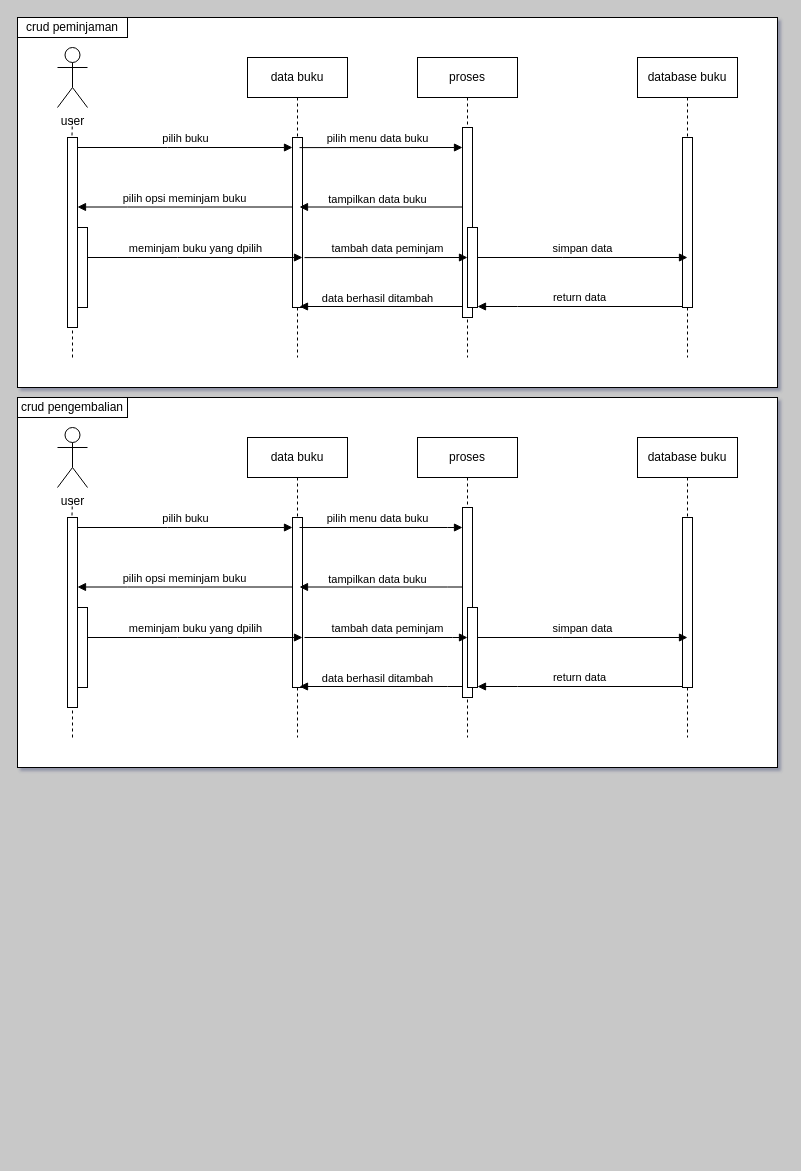
Earlier version of the draw.io diagram Untitled Diagram.drawio (htmledan/Shell-script-gugugaga). Source tidied: cells renumbered, new cells numbered last; positions are measured from the earlier drawing's top-left corner, leaving out a move shared by most shapes. Both pictures are drawn from the tidied source at 100%, with x=0, y=0 at pixel (17, 17).
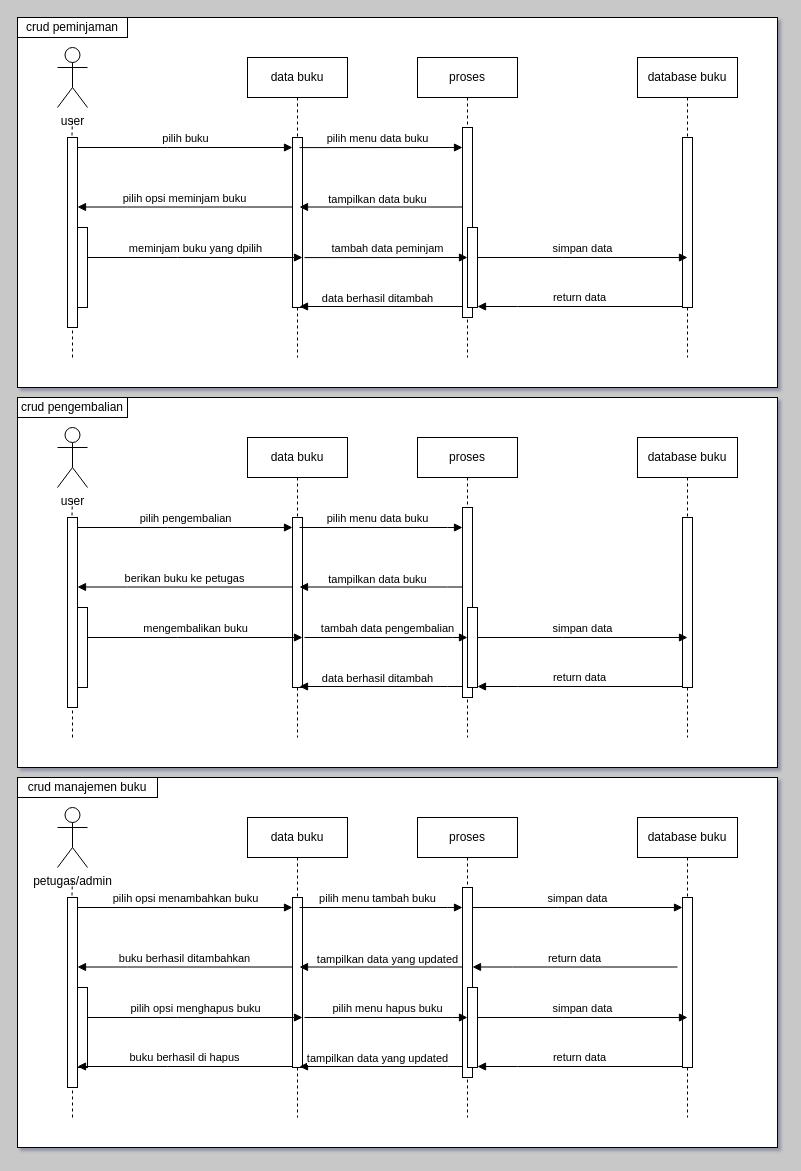
The same diagram, later.

The change refers to these unchanged cells:
```xml
<mxCell id="27" style="html=1;points=[];perimeter=orthogonalPerimeter;outlineConnect=0;targetShapes=umlLifeline;portConstraint=eastwest;newEdgeStyle={&quot;edgeStyle&quot;:&quot;elbowEdgeStyle&quot;,&quot;elbow&quot;:&quot;vertical&quot;,&quot;curved&quot;:0,&quot;rounded&quot;:0};" parent="26" vertex="1">
  <mxGeometry x="45" y="80" width="10" height="170" as="geometry" />
</mxCell>
<mxCell id="39" style="html=1;points=[];perimeter=orthogonalPerimeter;outlineConnect=0;targetShapes=umlLifeline;portConstraint=eastwest;newEdgeStyle={&quot;edgeStyle&quot;:&quot;elbowEdgeStyle&quot;,&quot;elbow&quot;:&quot;vertical&quot;,&quot;curved&quot;:0,&quot;rounded&quot;:0};" parent="1" vertex="1">
  <mxGeometry x="50" y="500" width="10" height="190" as="geometry" />
</mxCell>
```

The edit, as a diff of the source:
```diff
@@
-    <mxCell id="28" value="pilih buku" style="html=1;verticalAlign=bottom;endArrow=block;edgeStyle=elbowEdgeStyle;elbow=vertical;curved=0;rounded=0;" parent="1" edge="1" source="39" target="27">
+    <mxCell id="28" value="pilih pengembalian" style="html=1;verticalAlign=bottom;endArrow=block;edgeStyle=elbowEdgeStyle;elbow=vertical;curved=0;rounded=0;" parent="1" edge="1" source="39" target="27">
       <mxGeometry relative="1" as="geometry">
         <Array as="points">
           <mxPoint x="150" y="510" />
         </Array>
       </mxGeometry>
     </mxCell>
-    <mxCell id="29" value="pilih opsi meminjam buku" style="html=1;verticalAlign=bottom;endArrow=block;edgeStyle=elbowEdgeStyle;elbow=vertical;curved=0;rounded=0;" parent="1" edge="1" target="39">
+    <mxCell id="29" value="berikan buku ke petugas" style="html=1;verticalAlign=bottom;endArrow=block;edgeStyle=elbowEdgeStyle;elbow=vertical;curved=0;rounded=0;" parent="1" edge="1" target="39">
       <mxGeometry relative="1" as="geometry">
         <mxPoint x="275" y="569.5" as="sourcePoint" />
         <Array as="points">
           <mxPoint x="110" y="569.5" />
         </Array>
       </mxGeometry>
     </mxCell>
@@
-    <mxCell id="45" value="meminjam buku yang dpilih" style="html=1;verticalAlign=bottom;endArrow=block;edgeStyle=elbowEdgeStyle;elbow=vertical;curved=0;rounded=0;" parent="1" edge="1">
+    <mxCell id="45" value="mengembalikan buku" style="html=1;verticalAlign=bottom;endArrow=block;edgeStyle=elbowEdgeStyle;elbow=vertical;curved=0;rounded=0;" parent="1" edge="1">
       <mxGeometry relative="1" as="geometry">
         <mxPoint x="70" y="620" as="sourcePoint" />
         <mxPoint x="285" y="620" as="targetPoint" />
         <Array as="points">
           <mxPoint x="160" y="620" />
         </Array>
       </mxGeometry>
     </mxCell>
-    <mxCell id="46" value="tambah data peminjam" style="html=1;verticalAlign=bottom;endArrow=block;edgeStyle=elbowEdgeStyle;elbow=vertical;curved=0;rounded=0;" parent="1" edge="1">
+    <mxCell id="46" value="tambah data pengembalian" style="html=1;verticalAlign=bottom;endArrow=block;edgeStyle=elbowEdgeStyle;elbow=vertical;curved=0;rounded=0;" parent="1" edge="1">
       <mxGeometry x="0.02" relative="1" as="geometry">
         <mxPoint x="287" y="620" as="sourcePoint" />
         <mxPoint x="450" y="620" as="targetPoint" />
         <Array as="points">
           <mxPoint x="435" y="620" />
         </Array>
       </mxGeometry>
     </mxCell>
@@
+    <mxCell id="48" style="rounded=0;whiteSpace=wrap;html=1;" parent="1" vertex="1">
+      <mxGeometry y="760" width="760" height="370" as="geometry" />
+    </mxCell>
+    <mxCell id="49" value="data buku" style="shape=umlLifeline;perimeter=lifelinePerimeter;whiteSpace=wrap;html=1;newEdgeStyle={&quot;edgeStyle&quot;:&quot;elbowEdgeStyle&quot;,&quot;elbow&quot;:&quot;vertical&quot;,&quot;curved&quot;:0,&quot;rounded&quot;:0};" parent="1" vertex="1">
+      <mxGeometry x="230" y="800" width="100" height="300" as="geometry" />
+    </mxCell>
+    <mxCell id="50" style="html=1;points=[];perimeter=orthogonalPerimeter;outlineConnect=0;targetShapes=umlLifeline;portConstraint=eastwest;newEdgeStyle={&quot;edgeStyle&quot;:&quot;elbowEdgeStyle&quot;,&quot;elbow&quot;:&quot;vertical&quot;,&quot;curved&quot;:0,&quot;rounded&quot;:0};" parent="49" vertex="1">
+      <mxGeometry x="45" y="80" width="10" height="170" as="geometry" />
+    </mxCell>
+    <mxCell id="51" value="pilih opsi menambahkan buku" style="html=1;verticalAlign=bottom;endArrow=block;edgeStyle=elbowEdgeStyle;elbow=vertical;curved=0;rounded=0;" parent="1" edge="1" source="62" target="50">
+      <mxGeometry relative="1" as="geometry">
+        <Array as="points">
+          <mxPoint x="150" y="890" />
+        </Array>
+      </mxGeometry>
+    </mxCell>
+    <mxCell id="52" value="buku berhasil ditambahkan" style="html=1;verticalAlign=bottom;endArrow=block;edgeStyle=elbowEdgeStyle;elbow=vertical;curved=0;rounded=0;" parent="1" edge="1" target="62">
+      <mxGeometry relative="1" as="geometry">
+        <mxPoint x="275" y="949.5" as="sourcePoint" />
+        <Array as="points">
+          <mxPoint x="110" y="949.5" />
+        </Array>
+      </mxGeometry>
+    </mxCell>
+    <mxCell id="53" value="petugas/admin" style="shape=umlActor;verticalLabelPosition=bottom;verticalAlign=top;html=1;" parent="1" vertex="1">
+      <mxGeometry x="40" y="790" width="30" height="60" as="geometry" />
+    </mxCell>
+    <mxCell id="54" value="proses" style="shape=umlLifeline;perimeter=lifelinePerimeter;whiteSpace=wrap;html=1;newEdgeStyle={&quot;edgeStyle&quot;:&quot;elbowEdgeStyle&quot;,&quot;elbow&quot;:&quot;vertical&quot;,&quot;curved&quot;:0,&quot;rounded&quot;:0};" parent="1" vertex="1">
+      <mxGeometry x="400" y="800" width="100" height="300" as="geometry" />
+    </mxCell>
+    <mxCell id="55" value="database buku" style="shape=umlLifeline;perimeter=lifelinePerimeter;whiteSpace=wrap;html=1;newEdgeStyle={&quot;edgeStyle&quot;:&quot;elbowEdgeStyle&quot;,&quot;elbow&quot;:&quot;vertical&quot;,&quot;curved&quot;:0,&quot;rounded&quot;:0};" parent="1" vertex="1">
+      <mxGeometry x="620" y="800" width="100" height="300" as="geometry" />
+    </mxCell>
+    <mxCell id="56" style="html=1;perimeter=orthogonalPerimeter;targetShapes=umlLifeline;newEdgeStyle={&quot;edgeStyle&quot;:&quot;elbowEdgeStyle&quot;,&quot;elbow&quot;:&quot;vertical&quot;,&quot;curved&quot;:0,&quot;rounded&quot;:0};" parent="55" vertex="1">
+      <mxGeometry x="45" y="80" width="10" height="170" as="geometry" />
+    </mxCell>
+    <mxCell id="57" style="html=1;points=[];perimeter=orthogonalPerimeter;outlineConnect=0;targetShapes=umlLifeline;portConstraint=eastwest;newEdgeStyle={&quot;edgeStyle&quot;:&quot;elbowEdgeStyle&quot;,&quot;elbow&quot;:&quot;vertical&quot;,&quot;curved&quot;:0,&quot;rounded&quot;:0};" parent="1" vertex="1">
+      <mxGeometry x="445" y="870" width="10" height="190" as="geometry" />
+    </mxCell>
+    <mxCell id="58" style="endArrow=none;dashed=1;html=1;rounded=0;exitX=0.132;exitY=0.589;exitDx=0;exitDy=0;exitPerimeter=0;" parent="1" edge="1" source="62">
+      <mxGeometry relative="1" as="geometry">
+        <mxPoint x="55" y="860" as="targetPoint" />
+      </mxGeometry>
+    </mxCell>
+    <mxCell id="59" style="html=1;perimeter=orthogonalPerimeter;targetShapes=umlLifeline;newEdgeStyle={&quot;edgeStyle&quot;:&quot;elbowEdgeStyle&quot;,&quot;elbow&quot;:&quot;vertical&quot;,&quot;curved&quot;:0,&quot;rounded&quot;:0};" parent="1" vertex="1">
+      <mxGeometry x="450" y="970" width="10" height="80" as="geometry" />
+    </mxCell>
+    <mxCell id="60" style="html=1;perimeter=orthogonalPerimeter;targetShapes=umlLifeline;newEdgeStyle={&quot;edgeStyle&quot;:&quot;elbowEdgeStyle&quot;,&quot;elbow&quot;:&quot;vertical&quot;,&quot;curved&quot;:0,&quot;rounded&quot;:0};" parent="1" vertex="1">
+      <mxGeometry x="60" y="970" width="10" height="80" as="geometry" />
+    </mxCell>
+    <mxCell id="61" style="endArrow=none;dashed=1;html=1;rounded=0;" parent="1" edge="1" target="62">
+      <mxGeometry relative="1" as="geometry">
+        <mxPoint x="55" y="1100" as="sourcePoint" />
+      </mxGeometry>
+    </mxCell>
+    <mxCell id="62" style="html=1;points=[];perimeter=orthogonalPerimeter;outlineConnect=0;targetShapes=umlLifeline;portConstraint=eastwest;newEdgeStyle={&quot;edgeStyle&quot;:&quot;elbowEdgeStyle&quot;,&quot;elbow&quot;:&quot;vertical&quot;,&quot;curved&quot;:0,&quot;rounded&quot;:0};" parent="1" vertex="1">
+      <mxGeometry x="50" y="880" width="10" height="190" as="geometry" />
+    </mxCell>
+    <mxCell id="63" value="pilih menu tambah buku" style="html=1;verticalAlign=bottom;endArrow=block;edgeStyle=elbowEdgeStyle;elbow=vertical;curved=0;rounded=0;" parent="1" edge="1" target="57">
+      <mxGeometry x="-0.04" relative="1" as="geometry">
+        <mxPoint x="282" y="890" as="sourcePoint" />
+        <Array as="points">
+          <mxPoint x="430" y="890" />
+        </Array>
+      </mxGeometry>
+    </mxCell>
+    <mxCell id="64" value="tampilkan data yang updated" style="html=1;verticalAlign=bottom;endArrow=block;edgeStyle=elbowEdgeStyle;elbow=vertical;curved=0;rounded=0;" parent="1" edge="1">
+      <mxGeometry x="-0.08" y="1" relative="1" as="geometry">
+        <mxPoint x="445" y="949.5" as="sourcePoint" />
+        <mxPoint x="282" y="949.5" as="targetPoint" />
+        <Array as="points">
+          <mxPoint x="430" y="949.5" />
+        </Array>
+      </mxGeometry>
+    </mxCell>
+    <mxCell id="65" value="crud manajemen buku" style="rounded=0;whiteSpace=wrap;html=1;" parent="1" vertex="1">
+      <mxGeometry y="760" width="140" height="20" as="geometry" />
+    </mxCell>
+    <mxCell id="66" value="return data" style="html=1;verticalAlign=bottom;endArrow=block;edgeStyle=elbowEdgeStyle;elbow=vertical;curved=0;rounded=0;" parent="1" edge="1">
+      <mxGeometry relative="1" as="geometry">
+        <mxPoint x="665" y="1049" as="sourcePoint" />
+        <mxPoint x="460" y="1049" as="targetPoint" />
+        <Array as="points">
+          <mxPoint x="500" y="1049" />
+        </Array>
+      </mxGeometry>
+    </mxCell>
+    <mxCell id="67" value="tampilkan data yang updated" style="html=1;verticalAlign=bottom;endArrow=block;edgeStyle=elbowEdgeStyle;elbow=vertical;curved=0;rounded=0;" parent="1" edge="1">
+      <mxGeometry x="0.04" y="1" relative="1" as="geometry">
+        <mxPoint x="445" y="1049" as="sourcePoint" />
+        <mxPoint x="282" y="1049" as="targetPoint" />
+        <Array as="points">
+          <mxPoint x="430" y="1049" />
+        </Array>
+      </mxGeometry>
+    </mxCell>
+    <mxCell id="68" value="pilih opsi menghapus buku" style="html=1;verticalAlign=bottom;endArrow=block;edgeStyle=elbowEdgeStyle;elbow=vertical;curved=0;rounded=0;" parent="1" edge="1">
+      <mxGeometry relative="1" as="geometry">
+        <mxPoint x="70" y="1000" as="sourcePoint" />
+        <mxPoint x="285" y="1000" as="targetPoint" />
+        <Array as="points">
+          <mxPoint x="160" y="1000" />
+        </Array>
+      </mxGeometry>
+    </mxCell>
+    <mxCell id="69" value="pilih menu hapus buku" style="html=1;verticalAlign=bottom;endArrow=block;edgeStyle=elbowEdgeStyle;elbow=vertical;curved=0;rounded=0;" parent="1" edge="1">
+      <mxGeometry x="0.02" relative="1" as="geometry">
+        <mxPoint x="287" y="1000" as="sourcePoint" />
+        <mxPoint x="450" y="1000" as="targetPoint" />
+        <Array as="points">
+          <mxPoint x="435" y="1000" />
+        </Array>
+      </mxGeometry>
+    </mxCell>
+    <mxCell id="70" value="simpan data" style="html=1;verticalAlign=bottom;endArrow=block;edgeStyle=elbowEdgeStyle;elbow=vertical;curved=0;rounded=0;" parent="1" edge="1">
+      <mxGeometry relative="1" as="geometry">
+        <mxPoint x="460" y="1000" as="sourcePoint" />
+        <mxPoint x="670" y="1000" as="targetPoint" />
+        <Array as="points">
+          <mxPoint x="545" y="1000" />
+        </Array>
+      </mxGeometry>
+    </mxCell>
+    <mxCell id="71" value="simpan data" style="html=1;verticalAlign=bottom;endArrow=block;edgeStyle=elbowEdgeStyle;elbow=vertical;curved=0;rounded=0;" parent="1" edge="1">
+      <mxGeometry relative="1" as="geometry">
+        <mxPoint x="455" y="890" as="sourcePoint" />
+        <mxPoint x="665" y="890" as="targetPoint" />
+        <Array as="points">
+          <mxPoint x="540" y="890" />
+        </Array>
+      </mxGeometry>
+    </mxCell>
+    <mxCell id="72" value="return data" style="html=1;verticalAlign=bottom;endArrow=block;edgeStyle=elbowEdgeStyle;elbow=vertical;curved=0;rounded=0;" parent="1" edge="1">
+      <mxGeometry relative="1" as="geometry">
+        <mxPoint x="660" y="949.5" as="sourcePoint" />
+        <mxPoint x="455" y="949.5" as="targetPoint" />
+        <Array as="points">
+          <mxPoint x="495" y="949.5" />
+        </Array>
+      </mxGeometry>
+    </mxCell>
+    <mxCell id="73" value="buku berhasil di hapus" style="html=1;verticalAlign=bottom;endArrow=block;edgeStyle=elbowEdgeStyle;elbow=vertical;curved=0;rounded=0;" parent="1" edge="1">
+      <mxGeometry relative="1" as="geometry">
+        <mxPoint x="275" y="1049" as="sourcePoint" />
+        <mxPoint x="60" y="1049" as="targetPoint" />
+        <Array as="points">
+          <mxPoint x="150" y="1049" />
+        </Array>
+      </mxGeometry>
+    </mxCell>
```
